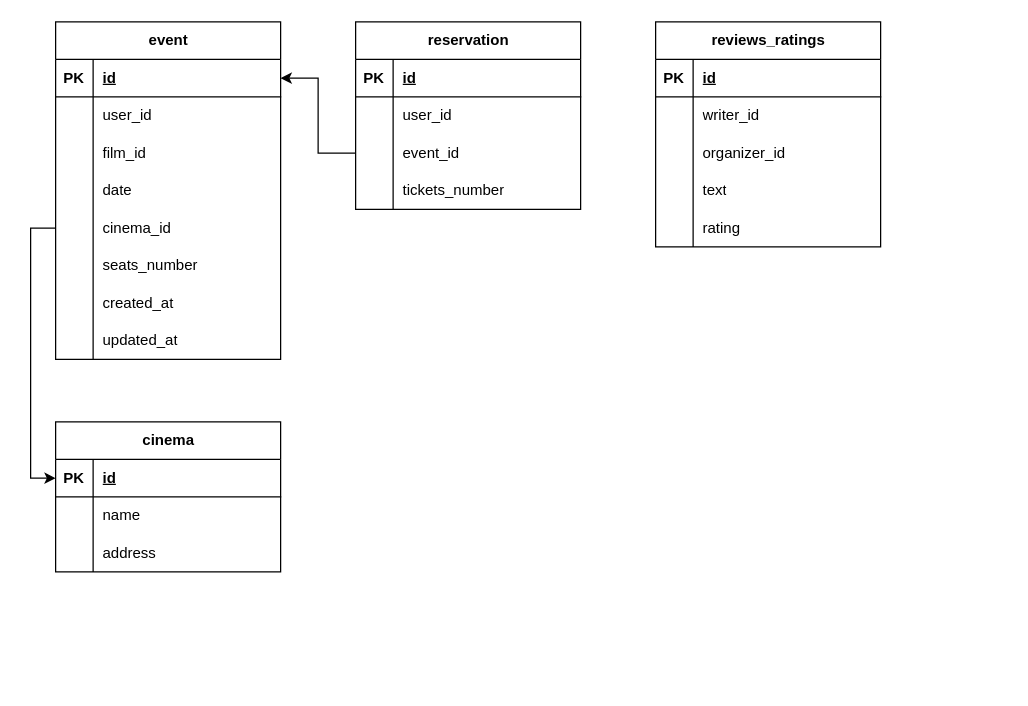
Earlier version of the draw.io diagram files/Диаграмма без названия.drawio (Petrovamvl/data_1). Source tidied: cells renumbered, new cells numbered last; positions are measured from the earlier drawing's top-left corner, leaving out a move shared by most shapes. Both pictures are drawn from the tidied source at 125%, with x=0, y=0 at pixel (55, 21).
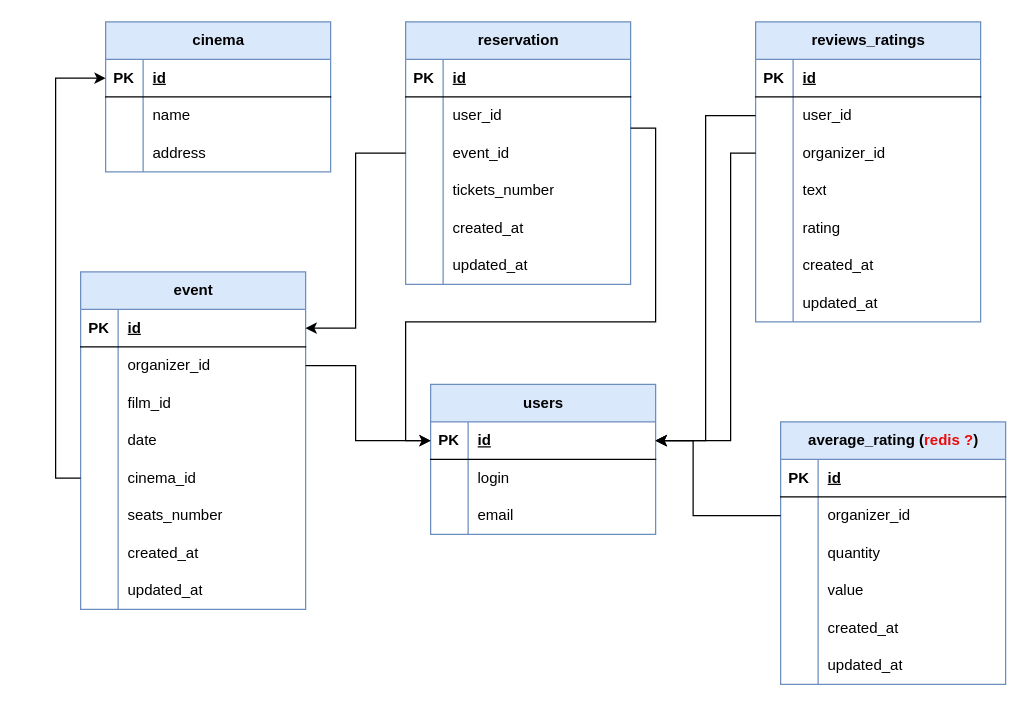
The same diagram, later.

Unchanged cells that the change refers to:
```xml
<mxCell id="6" style="shape=tableRow;horizontal=0;startSize=0;swimlaneHead=0;swimlaneBody=0;fillColor=none;points=[[0,0.5],[1,0.5]];portConstraint=eastwest;top=0;left=0;right=0;bottom=0;" parent="2" vertex="1">
  <mxGeometry y="60" width="180" height="30" as="geometry" />
</mxCell>
<mxCell id="15" style="shape=tableRow;horizontal=0;startSize=0;swimlaneHead=0;swimlaneBody=0;fillColor=none;points=[[0,0.5],[1,0.5]];portConstraint=eastwest;top=0;left=0;right=0;bottom=0;" parent="2" vertex="1">
  <mxGeometry y="150" width="180" height="30" as="geometry" />
</mxCell>
<mxCell id="28" style="shape=tableRow;horizontal=0;startSize=0;swimlaneHead=0;swimlaneBody=0;fillColor=none;points=[[0,0.5],[1,0.5]];portConstraint=eastwest;top=0;left=0;right=0;bottom=1;" parent="27" vertex="1">
  <mxGeometry y="30" width="180" height="30" as="geometry" />
</mxCell>
<mxCell id="42" style="shape=tableRow;horizontal=0;startSize=0;swimlaneHead=0;swimlaneBody=0;fillColor=none;points=[[0,0.5],[1,0.5]];portConstraint=eastwest;top=0;left=0;right=0;bottom=0;" parent="38" vertex="1">
  <mxGeometry y="60" width="180" height="30" as="geometry" />
</mxCell>
<mxCell id="55" style="shape=tableRow;horizontal=0;startSize=0;swimlaneHead=0;swimlaneBody=0;fillColor=none;points=[[0,0.5],[1,0.5]];portConstraint=eastwest;top=0;left=0;right=0;bottom=0;" parent="51" vertex="1">
  <mxGeometry y="60" width="180" height="30" as="geometry" />
</mxCell>
<mxCell id="58" style="shape=tableRow;horizontal=0;startSize=0;swimlaneHead=0;swimlaneBody=0;fillColor=none;points=[[0,0.5],[1,0.5]];portConstraint=eastwest;top=0;left=0;right=0;bottom=0;" parent="51" vertex="1">
  <mxGeometry y="90" width="180" height="30" as="geometry" />
</mxCell>
```

What changed in the source:
```diff
@@
-    <mxCell id="2" value="event" style="shape=table;startSize=30;childLayout=tableLayout;rowLines=0;fontStyle=1;align=center;html=1;" parent="1" vertex="1">
-      <mxGeometry width="180" height="270" as="geometry" />
+    <mxCell id="2" value="event" style="shape=table;startSize=30;childLayout=tableLayout;rowLines=0;fontStyle=1;align=center;html=1;fillColor=#dae8fc;strokeColor=#6c8ebf;" parent="1" vertex="1">
+      <mxGeometry x="20" y="200" width="180" height="270" as="geometry" />
     </mxCell>
@@
-    <mxCell id="8" value="user_id" style="shape=partialRectangle;fillColor=none;top=0;left=0;bottom=0;right=0;align=left;spacingLeft=6;overflow=hidden;whiteSpace=wrap;html=1;" parent="6" vertex="1">
+    <mxCell id="8" value="organizer_id" style="shape=partialRectangle;fillColor=none;top=0;left=0;bottom=0;right=0;align=left;spacingLeft=6;overflow=hidden;whiteSpace=wrap;html=1;" parent="6" vertex="1">
       <mxGeometry x="30" width="150" height="30" as="geometry" />
     </mxCell>
@@
-    <mxCell id="27" value="cinema" style="shape=table;startSize=30;childLayout=tableLayout;rowLines=0;fontStyle=1;align=center;html=1;" parent="1" vertex="1">
-      <mxGeometry y="320" width="180" height="120" as="geometry" />
+    <mxCell id="27" value="cinema" style="shape=table;startSize=30;childLayout=tableLayout;rowLines=0;fontStyle=1;align=center;html=1;fillColor=#dae8fc;strokeColor=#6c8ebf;" parent="1" vertex="1">
+      <mxGeometry x="40" width="180" height="120" as="geometry" />
     </mxCell>
@@
-    <mxCell id="37" style="edgeStyle=orthogonalEdgeStyle;rounded=0;jettySize=auto;html=1;entryX=0;entryY=0.5;entryDx=0;entryDy=0;" parent="1" edge="1" source="15" target="28">
-      <mxGeometry relative="1" as="geometry" />
-    </mxCell>
-    <mxCell id="38" value="reservation" style="shape=table;startSize=30;childLayout=tableLayout;rowLines=0;fontStyle=1;align=center;html=1;" parent="1" vertex="1">
-      <mxGeometry x="240" width="180" height="150" as="geometry" />
+    <mxCell id="38" value="reservation" style="shape=table;startSize=30;childLayout=tableLayout;rowLines=0;fontStyle=1;align=center;html=1;fillColor=#dae8fc;strokeColor=#6c8ebf;" parent="1" vertex="1">
+      <mxGeometry x="280" width="180" height="210" as="geometry" />
     </mxCell>
@@
+    <mxCell id="68" style="shape=tableRow;horizontal=0;startSize=0;swimlaneHead=0;swimlaneBody=0;fillColor=none;top=0;left=0;right=0;bottom=0;" parent="38" vertex="1">
+      <mxGeometry y="150" width="180" height="30" as="geometry" />
+    </mxCell>
+    <mxCell id="69" style="shape=partialRectangle;fillColor=none;top=0;left=0;bottom=0;right=0;overflow=hidden;whiteSpace=wrap;html=1;" parent="68" vertex="1">
+      <mxGeometry width="30" height="30" as="geometry" />
+    </mxCell>
+    <mxCell id="70" value="created_at" style="shape=partialRectangle;fillColor=none;top=0;left=0;bottom=0;right=0;align=left;spacingLeft=6;overflow=hidden;whiteSpace=wrap;html=1;" parent="68" vertex="1">
+      <mxGeometry x="30" width="150" height="30" as="geometry" />
+    </mxCell>
+    <mxCell id="71" style="shape=tableRow;horizontal=0;startSize=0;swimlaneHead=0;swimlaneBody=0;fillColor=none;top=0;left=0;right=0;bottom=0;" parent="38" vertex="1">
+      <mxGeometry y="180" width="180" height="30" as="geometry" />
+    </mxCell>
+    <mxCell id="72" style="shape=partialRectangle;fillColor=none;top=0;left=0;bottom=0;right=0;overflow=hidden;whiteSpace=wrap;html=1;" parent="71" vertex="1">
+      <mxGeometry width="30" height="30" as="geometry" />
+    </mxCell>
+    <mxCell id="73" value="updated_at" style="shape=partialRectangle;fillColor=none;top=0;left=0;bottom=0;right=0;align=left;spacingLeft=6;overflow=hidden;whiteSpace=wrap;html=1;" parent="71" vertex="1">
+      <mxGeometry x="30" width="150" height="30" as="geometry" />
+    </mxCell>
-    <mxCell id="51" value="reviews_ratings" style="shape=table;startSize=30;childLayout=tableLayout;rowLines=0;fontStyle=1;align=center;html=1;" parent="1" vertex="1">
-      <mxGeometry x="480" width="180" height="180" as="geometry" />
+    <mxCell id="51" value="reviews_ratings" style="shape=table;startSize=30;childLayout=tableLayout;rowLines=0;fontStyle=1;align=center;html=1;fillColor=#dae8fc;strokeColor=#6c8ebf;" parent="1" vertex="1">
+      <mxGeometry x="560" width="180" height="240" as="geometry" />
     </mxCell>
@@
-    <mxCell id="57" value="writer_id" style="shape=partialRectangle;fillColor=none;top=0;left=0;bottom=0;right=0;align=left;spacingLeft=6;overflow=hidden;whiteSpace=wrap;html=1;" parent="55" vertex="1">
+    <mxCell id="57" value="user_id" style="shape=partialRectangle;fillColor=none;top=0;left=0;bottom=0;right=0;align=left;spacingLeft=6;overflow=hidden;whiteSpace=wrap;html=1;" parent="55" vertex="1">
       <mxGeometry x="30" width="150" height="30" as="geometry" />
     </mxCell>
@@
+    <mxCell id="74" style="shape=tableRow;horizontal=0;startSize=0;swimlaneHead=0;swimlaneBody=0;fillColor=none;top=0;left=0;right=0;bottom=0;" parent="51" vertex="1">
+      <mxGeometry y="180" width="180" height="30" as="geometry" />
+    </mxCell>
+    <mxCell id="75" style="shape=partialRectangle;fillColor=none;top=0;left=0;bottom=0;right=0;overflow=hidden;whiteSpace=wrap;html=1;" parent="74" vertex="1">
+      <mxGeometry width="30" height="30" as="geometry" />
+    </mxCell>
+    <mxCell id="76" value="created_at" style="shape=partialRectangle;fillColor=none;top=0;left=0;bottom=0;right=0;align=left;spacingLeft=6;overflow=hidden;whiteSpace=wrap;html=1;" parent="74" vertex="1">
+      <mxGeometry x="30" width="150" height="30" as="geometry" />
+    </mxCell>
+    <mxCell id="77" style="shape=tableRow;horizontal=0;startSize=0;swimlaneHead=0;swimlaneBody=0;fillColor=none;top=0;left=0;right=0;bottom=0;" parent="51" vertex="1">
+      <mxGeometry y="210" width="180" height="30" as="geometry" />
+    </mxCell>
+    <mxCell id="78" style="shape=partialRectangle;fillColor=none;top=0;left=0;bottom=0;right=0;overflow=hidden;whiteSpace=wrap;html=1;" parent="77" vertex="1">
+      <mxGeometry width="30" height="30" as="geometry" />
+    </mxCell>
+    <mxCell id="79" value="updated_at" style="shape=partialRectangle;fillColor=none;top=0;left=0;bottom=0;right=0;align=left;spacingLeft=6;overflow=hidden;whiteSpace=wrap;html=1;" parent="77" vertex="1">
+      <mxGeometry x="30" width="150" height="30" as="geometry" />
+    </mxCell>
+    <mxCell id="80" value="average_rating (&lt;font color=&quot;#eb0a0a&quot;&gt;redis ?&lt;/font&gt;)" style="shape=table;startSize=30;childLayout=tableLayout;rowLines=0;fontStyle=1;align=center;html=1;fillColor=#dae8fc;strokeColor=#6c8ebf;" parent="1" vertex="1">
+      <mxGeometry x="580" y="320" width="180" height="210" as="geometry" />
+    </mxCell>
+    <mxCell id="81" style="shape=tableRow;horizontal=0;startSize=0;swimlaneHead=0;swimlaneBody=0;fillColor=none;top=0;left=0;right=0;bottom=1;" parent="80" vertex="1">
+      <mxGeometry y="30" width="180" height="30" as="geometry" />
+    </mxCell>
+    <mxCell id="82" value="PK" style="shape=partialRectangle;fillColor=none;top=0;left=0;bottom=0;right=0;fontStyle=1;overflow=hidden;whiteSpace=wrap;html=1;" parent="81" vertex="1">
+      <mxGeometry width="30" height="30" as="geometry" />
+    </mxCell>
+    <mxCell id="83" value="id" style="shape=partialRectangle;fillColor=none;top=0;left=0;bottom=0;right=0;align=left;spacingLeft=6;fontStyle=5;overflow=hidden;whiteSpace=wrap;html=1;" parent="81" vertex="1">
+      <mxGeometry x="30" width="150" height="30" as="geometry" />
+    </mxCell>
+    <mxCell id="84" style="shape=tableRow;horizontal=0;startSize=0;swimlaneHead=0;swimlaneBody=0;fillColor=none;points=[[0,0.5],[1,0.5]];portConstraint=eastwest;top=0;left=0;right=0;bottom=0;" parent="80" vertex="1">
+      <mxGeometry y="60" width="180" height="30" as="geometry" />
+    </mxCell>
+    <mxCell id="85" style="shape=partialRectangle;fillColor=none;top=0;left=0;bottom=0;right=0;overflow=hidden;whiteSpace=wrap;html=1;" parent="84" vertex="1">
+      <mxGeometry width="30" height="30" as="geometry" />
+    </mxCell>
+    <mxCell id="86" value="organizer_id" style="shape=partialRectangle;fillColor=none;top=0;left=0;bottom=0;right=0;align=left;spacingLeft=6;overflow=hidden;whiteSpace=wrap;html=1;" parent="84" vertex="1">
+      <mxGeometry x="30" width="150" height="30" as="geometry" />
+    </mxCell>
+    <mxCell id="87" style="shape=tableRow;horizontal=0;startSize=0;swimlaneHead=0;swimlaneBody=0;fillColor=none;top=0;left=0;right=0;bottom=0;" parent="80" vertex="1">
+      <mxGeometry y="90" width="180" height="30" as="geometry" />
+    </mxCell>
+    <mxCell id="88" style="shape=partialRectangle;fillColor=none;top=0;left=0;bottom=0;right=0;overflow=hidden;whiteSpace=wrap;html=1;" parent="87" vertex="1">
+      <mxGeometry width="30" height="30" as="geometry" />
+    </mxCell>
+    <mxCell id="89" value="quantity" style="shape=partialRectangle;fillColor=none;top=0;left=0;bottom=0;right=0;align=left;spacingLeft=6;overflow=hidden;whiteSpace=wrap;html=1;" parent="87" vertex="1">
+      <mxGeometry x="30" width="150" height="30" as="geometry" />
+    </mxCell>
+    <mxCell id="90" style="shape=tableRow;horizontal=0;startSize=0;swimlaneHead=0;swimlaneBody=0;fillColor=none;top=0;left=0;right=0;bottom=0;" parent="80" vertex="1">
+      <mxGeometry y="120" width="180" height="30" as="geometry" />
+    </mxCell>
+    <mxCell id="91" style="shape=partialRectangle;fillColor=none;top=0;left=0;bottom=0;right=0;overflow=hidden;whiteSpace=wrap;html=1;" parent="90" vertex="1">
+      <mxGeometry width="30" height="30" as="geometry" />
+    </mxCell>
+    <mxCell id="92" value="value" style="shape=partialRectangle;fillColor=none;top=0;left=0;bottom=0;right=0;align=left;spacingLeft=6;overflow=hidden;whiteSpace=wrap;html=1;" parent="90" vertex="1">
+      <mxGeometry x="30" width="150" height="30" as="geometry" />
+    </mxCell>
+    <mxCell id="93" style="shape=tableRow;horizontal=0;startSize=0;swimlaneHead=0;swimlaneBody=0;fillColor=none;top=0;left=0;right=0;bottom=0;" parent="80" vertex="1">
+      <mxGeometry y="150" width="180" height="30" as="geometry" />
+    </mxCell>
+    <mxCell id="94" style="shape=partialRectangle;fillColor=none;top=0;left=0;bottom=0;right=0;overflow=hidden;whiteSpace=wrap;html=1;" parent="93" vertex="1">
+      <mxGeometry width="30" height="30" as="geometry" />
+    </mxCell>
+    <mxCell id="95" value="created_at" style="shape=partialRectangle;fillColor=none;top=0;left=0;bottom=0;right=0;align=left;spacingLeft=6;overflow=hidden;whiteSpace=wrap;html=1;" parent="93" vertex="1">
+      <mxGeometry x="30" width="150" height="30" as="geometry" />
+    </mxCell>
+    <mxCell id="96" style="shape=tableRow;horizontal=0;startSize=0;swimlaneHead=0;swimlaneBody=0;fillColor=none;top=0;left=0;right=0;bottom=0;" parent="80" vertex="1">
+      <mxGeometry y="180" width="180" height="30" as="geometry" />
+    </mxCell>
+    <mxCell id="97" style="shape=partialRectangle;fillColor=none;top=0;left=0;bottom=0;right=0;overflow=hidden;whiteSpace=wrap;html=1;" parent="96" vertex="1">
+      <mxGeometry width="30" height="30" as="geometry" />
+    </mxCell>
+    <mxCell id="98" value="updated_at" style="shape=partialRectangle;fillColor=none;top=0;left=0;bottom=0;right=0;align=left;spacingLeft=6;overflow=hidden;whiteSpace=wrap;html=1;" parent="96" vertex="1">
+      <mxGeometry x="30" width="150" height="30" as="geometry" />
+    </mxCell>
+    <mxCell id="99" value="users" style="shape=table;startSize=30;childLayout=tableLayout;rowLines=0;fontStyle=1;align=center;html=1;fillColor=#dae8fc;strokeColor=#6c8ebf;" parent="1" vertex="1">
+      <mxGeometry x="300" y="290" width="180" height="120" as="geometry" />
+    </mxCell>
+    <mxCell id="100" style="shape=tableRow;horizontal=0;startSize=0;swimlaneHead=0;swimlaneBody=0;fillColor=none;points=[[0,0.5],[1,0.5]];portConstraint=eastwest;top=0;left=0;right=0;bottom=1;" parent="99" vertex="1">
+      <mxGeometry y="30" width="180" height="30" as="geometry" />
+    </mxCell>
+    <mxCell id="101" value="PK" style="shape=partialRectangle;fillColor=none;top=0;left=0;bottom=0;right=0;fontStyle=1;overflow=hidden;whiteSpace=wrap;html=1;" parent="100" vertex="1">
+      <mxGeometry width="30" height="30" as="geometry" />
+    </mxCell>
+    <mxCell id="102" value="id" style="shape=partialRectangle;fillColor=none;top=0;left=0;bottom=0;right=0;align=left;spacingLeft=6;fontStyle=5;overflow=hidden;whiteSpace=wrap;html=1;" parent="100" vertex="1">
+      <mxGeometry x="30" width="150" height="30" as="geometry" />
+    </mxCell>
+    <mxCell id="103" style="shape=tableRow;horizontal=0;startSize=0;swimlaneHead=0;swimlaneBody=0;fillColor=none;top=0;left=0;right=0;bottom=0;" parent="99" vertex="1">
+      <mxGeometry y="60" width="180" height="30" as="geometry" />
+    </mxCell>
+    <mxCell id="104" style="shape=partialRectangle;fillColor=none;top=0;left=0;bottom=0;right=0;overflow=hidden;whiteSpace=wrap;html=1;" parent="103" vertex="1">
+      <mxGeometry width="30" height="30" as="geometry" />
+    </mxCell>
+    <mxCell id="105" value="login" style="shape=partialRectangle;fillColor=none;top=0;left=0;bottom=0;right=0;align=left;spacingLeft=6;overflow=hidden;whiteSpace=wrap;html=1;" parent="103" vertex="1">
+      <mxGeometry x="30" width="150" height="30" as="geometry" />
+    </mxCell>
+    <mxCell id="106" style="shape=tableRow;horizontal=0;startSize=0;swimlaneHead=0;swimlaneBody=0;fillColor=none;top=0;left=0;right=0;bottom=0;" parent="99" vertex="1">
+      <mxGeometry y="90" width="180" height="30" as="geometry" />
+    </mxCell>
+    <mxCell id="107" style="shape=partialRectangle;fillColor=none;top=0;left=0;bottom=0;right=0;overflow=hidden;whiteSpace=wrap;html=1;" parent="106" vertex="1">
+      <mxGeometry width="30" height="30" as="geometry" />
+    </mxCell>
+    <mxCell id="108" value="email" style="shape=partialRectangle;fillColor=none;top=0;left=0;bottom=0;right=0;align=left;spacingLeft=6;overflow=hidden;whiteSpace=wrap;html=1;" parent="106" vertex="1">
+      <mxGeometry x="30" width="150" height="30" as="geometry" />
+    </mxCell>
+    <mxCell id="37" style="edgeStyle=orthogonalEdgeStyle;rounded=0;jettySize=auto;html=1;entryX=0;entryY=0.5;entryDx=0;entryDy=0;" parent="1" edge="1" source="15" target="28">
+      <mxGeometry relative="1" as="geometry">
+        <Array as="points">
+          <mxPoint y="365" />
+          <mxPoint y="45" />
+        </Array>
+      </mxGeometry>
+    </mxCell>
@@
+    <mxCell id="109" style="edgeStyle=orthogonalEdgeStyle;rounded=0;jettySize=auto;html=1;entryX=0;entryY=0.5;entryDx=0;entryDy=0;" parent="1" edge="1" source="42" target="100">
+      <mxGeometry relative="1" as="geometry">
+        <Array as="points">
+          <mxPoint x="480" y="85" />
+          <mxPoint x="480" y="240" />
+          <mxPoint x="280" y="240" />
+          <mxPoint x="280" y="335" />
+        </Array>
+      </mxGeometry>
+    </mxCell>
+    <mxCell id="110" style="edgeStyle=orthogonalEdgeStyle;rounded=0;jettySize=auto;html=1;entryX=0;entryY=0.5;entryDx=0;entryDy=0;" parent="1" edge="1" source="6" target="100">
+      <mxGeometry relative="1" as="geometry">
+        <Array as="points">
+          <mxPoint x="240" y="275" />
+          <mxPoint x="240" y="335" />
+        </Array>
+      </mxGeometry>
+    </mxCell>
+    <mxCell id="111" style="edgeStyle=orthogonalEdgeStyle;rounded=0;jettySize=auto;html=1;entryX=1;entryY=0.5;entryDx=0;entryDy=0;" parent="1" edge="1" source="55" target="100">
+      <mxGeometry relative="1" as="geometry">
+        <Array as="points">
+          <mxPoint x="520" y="75" />
+          <mxPoint x="520" y="335" />
+        </Array>
+      </mxGeometry>
+    </mxCell>
+    <mxCell id="112" style="edgeStyle=orthogonalEdgeStyle;rounded=0;jettySize=auto;html=1;entryX=1;entryY=0.5;entryDx=0;entryDy=0;" parent="1" edge="1" source="58" target="100">
+      <mxGeometry relative="1" as="geometry">
+        <Array as="points">
+          <mxPoint x="540" y="105" />
+          <mxPoint x="540" y="335" />
+        </Array>
+      </mxGeometry>
+    </mxCell>
+    <mxCell id="113" style="edgeStyle=orthogonalEdgeStyle;rounded=0;jettySize=auto;html=1;entryX=1;entryY=0.5;entryDx=0;entryDy=0;" parent="1" edge="1" source="84" target="100">
+      <mxGeometry relative="1" as="geometry">
+        <Array as="points">
+          <mxPoint x="510" y="395" />
+          <mxPoint x="510" y="335" />
+        </Array>
+      </mxGeometry>
+    </mxCell>
```
